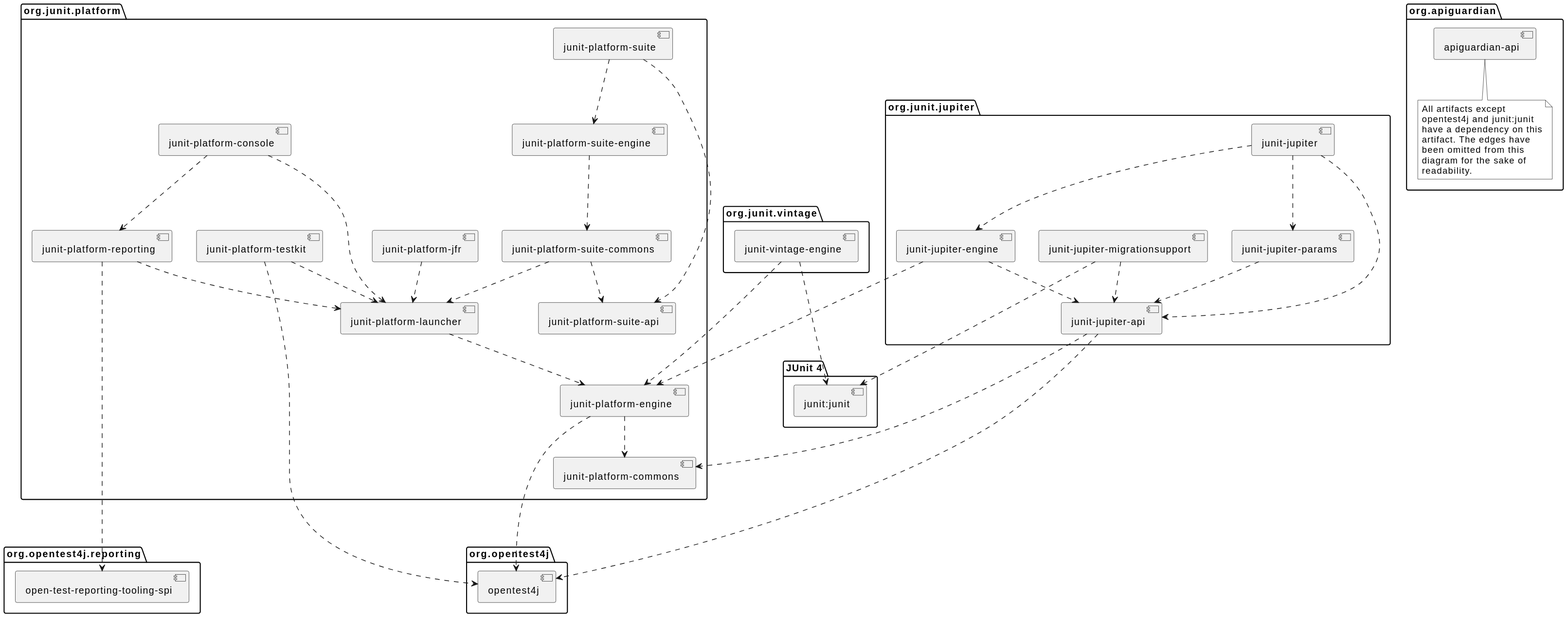
This is snapshot/user-guide/images/component-diagram.svg from junit-team/docs.junit.org, a PlantUML export, as it was before one commit.
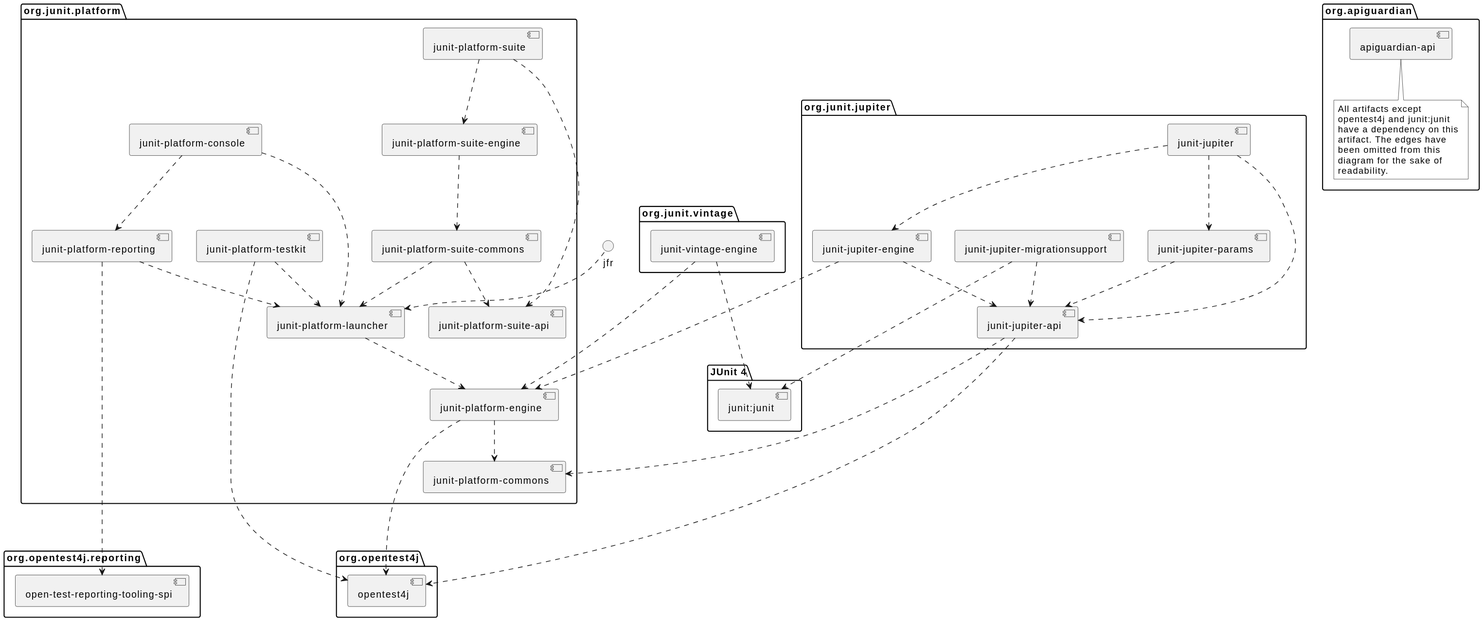
The same file after the commit.

Diff of the diagram source:
```diff
@@ -19,7 +19,6 @@
     [junit-platform-commons] as commons
     [junit-platform-console] as console
     [junit-platform-engine] as engine
-    [junit-platform-jfr] as jfr
     [junit-platform-launcher] as launcher
     [junit-platform-reporting] as reporting
     [junit-platform-suite] as suite
```
